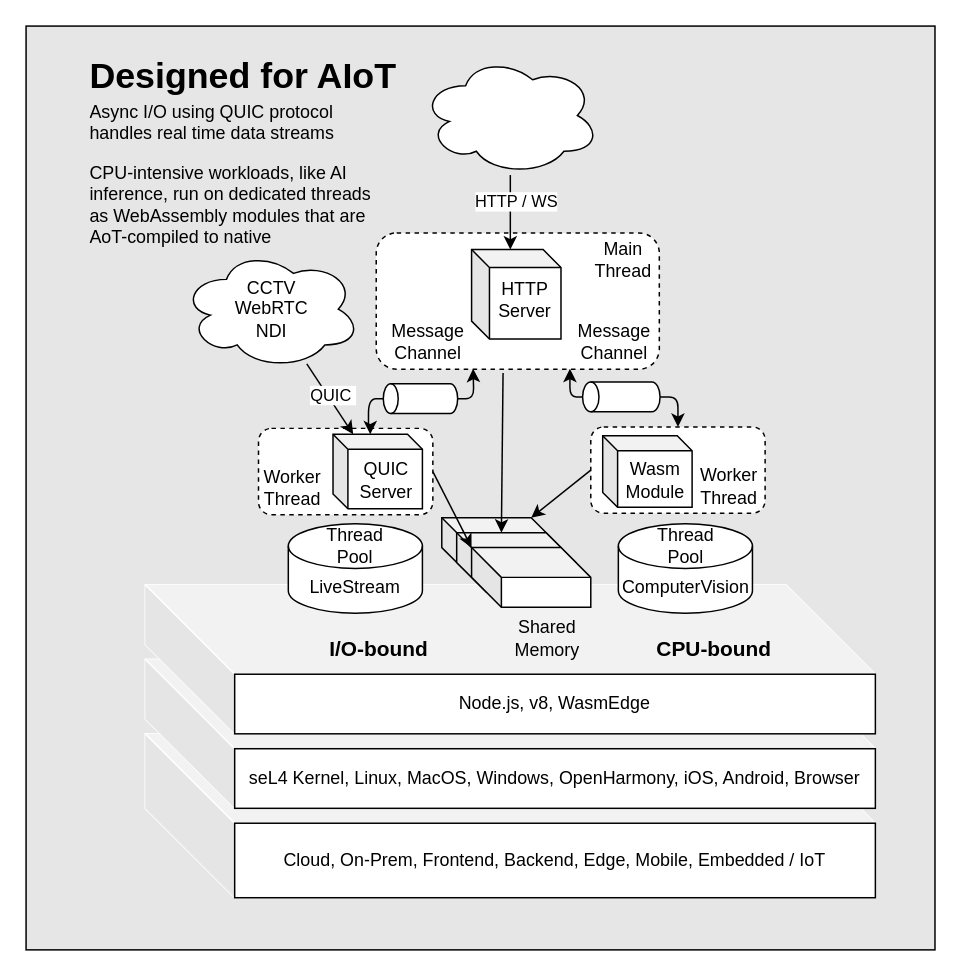
Above: page "Copy of Copy of aiot" (1 of 8) of public/arch.drawio in module-federation/aegis-host (draw.io), before the change. Source tidied: cells renumbered, new cells numbered last; positions are measured from the earlier drawing's top-left corner, leaving out a move shared by most shapes. Both pictures are drawn from the tidied source at 149%, with x=0, y=0 at pixel (25, 25).
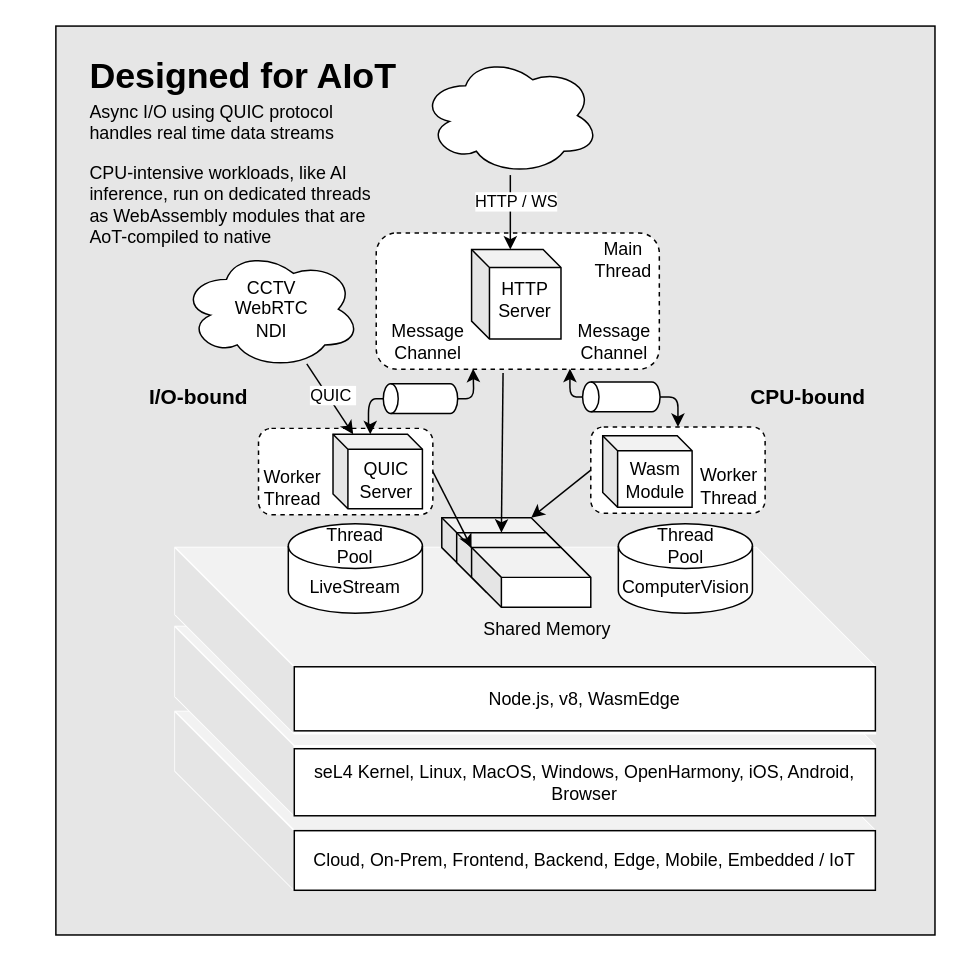
The same diagram, later.

Change to the diagram source:
```diff
@@
     <mxCell id="2" style="whiteSpace=wrap;html=1;fillColor=#E6E6E6;" parent="1" vertex="1">
-      <mxGeometry width="610" height="620" as="geometry" />
+      <mxGeometry x="20" width="590" height="610" as="geometry" />
     </mxCell>
@@
-    <mxCell id="4" style="shape=cube;whiteSpace=wrap;html=1;boundedLbl=1;backgroundOutline=1;darkOpacity=0.05;darkOpacity2=0.1;labelBackgroundColor=#33FFFF;fontSize=12;strokeColor=#FFFFFF;strokeWidth=1;fillColor=default;size=60;" parent="1" vertex="1">
-      <mxGeometry x="80" y="475" width="490" height="110" as="geometry" />
+    <mxCell id="4" style="shape=cube;whiteSpace=wrap;html=1;boundedLbl=1;backgroundOutline=1;darkOpacity=0.05;darkOpacity2=0.1;labelBackgroundColor=#33FFFF;fontSize=12;strokeColor=#FFFFFF;strokeWidth=1;fillColor=default;size=80;" parent="1" vertex="1">
+      <mxGeometry x="100" y="460" width="470" height="120" as="geometry" />
     </mxCell>
-    <mxCell id="5" style="shape=cube;whiteSpace=wrap;html=1;boundedLbl=1;backgroundOutline=1;darkOpacity=0.05;darkOpacity2=0.1;labelBackgroundColor=#33FFFF;fontSize=12;strokeColor=#FFFFFF;strokeWidth=1;fillColor=default;size=60;" parent="1" vertex="1">
-      <mxGeometry x="80" y="425" width="490" height="100" as="geometry" />
+    <mxCell id="5" style="shape=cube;whiteSpace=wrap;html=1;boundedLbl=1;backgroundOutline=1;darkOpacity=0.05;darkOpacity2=0.1;labelBackgroundColor=#33FFFF;fontSize=12;strokeColor=#FFFFFF;strokeWidth=1;fillColor=default;size=80;" parent="1" vertex="1">
+      <mxGeometry x="100" y="403" width="470" height="127" as="geometry" />
     </mxCell>
-    <mxCell id="6" style="shape=cube;whiteSpace=wrap;html=1;boundedLbl=1;backgroundOutline=1;darkOpacity=0.05;darkOpacity2=0.1;labelBackgroundColor=#33FFFF;fontSize=12;strokeColor=#FFFFFF;strokeWidth=1;fillColor=default;size=60;" parent="1" vertex="1">
-      <mxGeometry x="80" y="375" width="490" height="100" as="geometry" />
+    <mxCell id="6" style="shape=cube;whiteSpace=wrap;html=1;boundedLbl=1;backgroundOutline=1;darkOpacity=0.05;darkOpacity2=0.1;labelBackgroundColor=#33FFFF;fontSize=12;strokeColor=#FFFFFF;strokeWidth=1;fillColor=default;size=80;" parent="1" vertex="1">
+      <mxGeometry x="100" y="350" width="470" height="125" as="geometry" />
     </mxCell>
@@
     <mxCell id="10" value="&lt;b&gt;&lt;font style=&quot;font-size: 14px&quot;&gt;CPU-bound&lt;/font&gt;&lt;/b&gt;" style="text;html=1;strokeColor=none;fillColor=none;align=center;verticalAlign=middle;whiteSpace=wrap;rounded=0;" parent="1" vertex="1">
-      <mxGeometry x="415.5" y="403" width="91.5" height="30" as="geometry" />
+      <mxGeometry x="478.5" y="233.9" width="91.5" height="30" as="geometry" />
     </mxCell>
@@
     <mxCell id="36" value="&lt;span style=&quot;font-size: 14px&quot;&gt;&lt;b&gt;I/O-bound&lt;/b&gt;&lt;/span&gt;" style="text;html=1;strokeColor=none;fillColor=none;align=center;verticalAlign=middle;whiteSpace=wrap;rounded=0;" parent="1" vertex="1">
-      <mxGeometry x="197" y="403" width="80" height="30" as="geometry" />
+      <mxGeometry x="76" y="233.9" width="80" height="30" as="geometry" />
     </mxCell>
@@
     <mxCell id="43" value="Node.js, v8, WasmEdge" style="whiteSpace=wrap;html=1;" parent="1" vertex="1">
-      <mxGeometry x="140" y="435" width="430" height="40" as="geometry" />
+      <mxGeometry x="180" y="430" width="390" height="43" as="geometry" />
     </mxCell>
@@
     <mxCell id="45" value="seL4 Kernel, Linux, MacOS, Windows, OpenHarmony, iOS, Android, Browser" style="whiteSpace=wrap;html=1;" parent="1" vertex="1">
-      <mxGeometry x="140" y="485" width="430" height="40" as="geometry" />
+      <mxGeometry x="180" y="485" width="390" height="45" as="geometry" />
     </mxCell>
     <mxCell id="46" value="Cloud, On-Prem, Frontend, Backend, Edge, Mobile, Embedded / IoT" style="whiteSpace=wrap;html=1;" parent="1" vertex="1">
-      <mxGeometry x="140" y="535" width="430" height="50" as="geometry" />
+      <mxGeometry x="180" y="540" width="390" height="40" as="geometry" />
     </mxCell>
@@
-    <mxCell id="49" value="Shared&lt;br&gt;Memory" style="text;html=1;strokeColor=none;fillColor=none;align=center;verticalAlign=middle;whiteSpace=wrap;rounded=0;" parent="1" vertex="1">
-      <mxGeometry x="320" y="396" width="60" height="30" as="geometry" />
+    <mxCell id="49" value="Shared Memory" style="text;html=1;strokeColor=none;fillColor=none;align=center;verticalAlign=middle;whiteSpace=wrap;rounded=0;" parent="1" vertex="1">
+      <mxGeometry x="294.5" y="390" width="110" height="30" as="geometry" />
     </mxCell>
```
